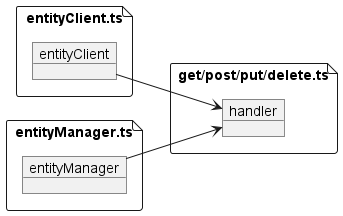
Earlier version of the PlantUML export assets/entityClient.png (karmaniverous/entity-manager-demo). Source of this version:
```plantuml
@startuml entityClient

allowmixing

left to right direction

file "entityClient.ts" as entitClientTs {
    object entityClient
}

file "entityManager.ts" as entityManagerTs {
    object entityManager
}

file "get/post/put/delete.ts" as crudTs {
    object handler

    entityClient --> handler
    entityManager --> handler
}

@enduml
```
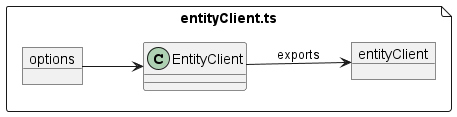
After the change.

Change to the diagram source:
```diff
@@ -4,19 +4,15 @@
 
 left to right direction
 
-file "entityClient.ts" as entitClientTs {
+file "entityClient.ts" as entityClientTs {
+    object options
+    class EntityClient
+
+    options --> EntityClient
+
     object entityClient
-}
 
-file "entityManager.ts" as entityManagerTs {
-    object entityManager
-}
-
-file "get/post/put/delete.ts" as crudTs {
-    object handler
-
-    entityClient --> handler
-    entityManager --> handler
+    EntityClient --> entityClient: exports
 }
 
 @enduml
```
